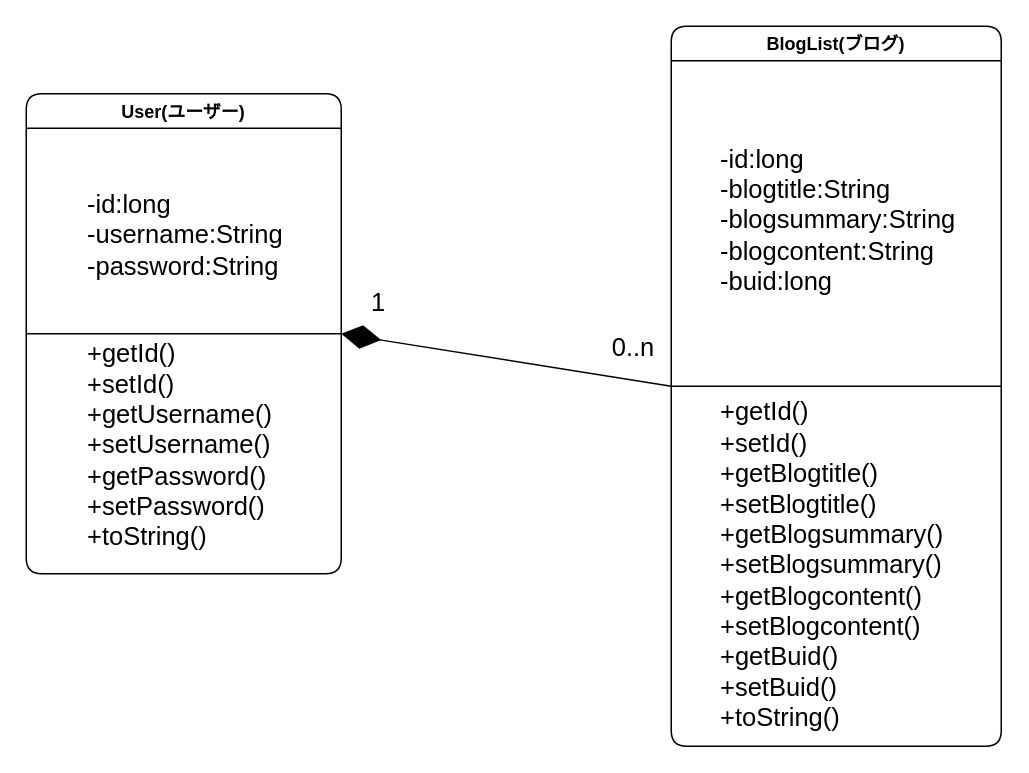
The draw.io diagram page "Page-4" (4 of 4) of graph/class.drawio in shitsumazyo/TestWeb, before the edit. Source tidied: cells renumbered, new cells numbered last; positions are measured from the earlier drawing's top-left corner, leaving out a move shared by most shapes. Both pictures are drawn from the tidied source at 150%, with x=0, y=0 at pixel (26, 26).
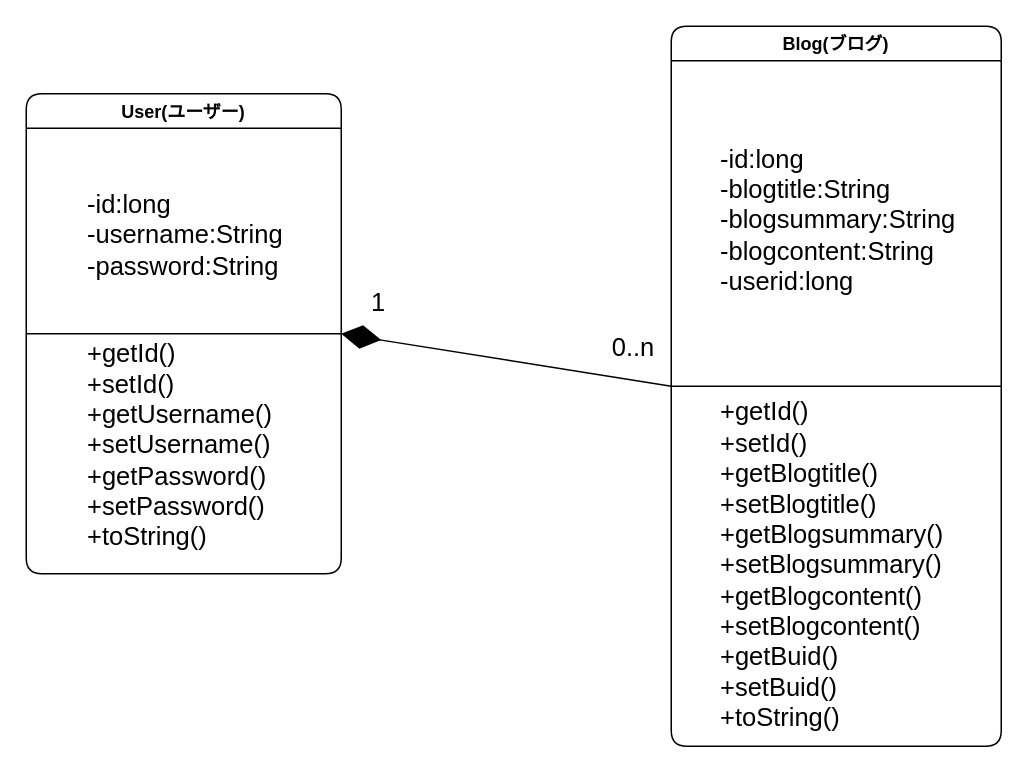
The same page after the edit.

What changed in the source:
```diff
@@
 <mxGraphModel>
   <root>
     <mxCell id="0" />
     <mxCell id="1" parent="0" />
     <mxCell id="2" value="User(ユーザー)" style="swimlane;rounded=1;shadow=0;glass=0;sketch=0;fillColor=default;gradientColor=none;swimlaneLine=1;" parent="1" vertex="1">
       <mxGeometry y="45" width="210" height="320" as="geometry" />
     </mxCell>
     <mxCell id="3" value="&lt;font style=&quot;font-size: 17px;&quot;&gt;-id:long&amp;nbsp; &amp;nbsp; &amp;nbsp; &amp;nbsp; &amp;nbsp; &amp;nbsp; &amp;nbsp; &amp;nbsp;&amp;nbsp;&lt;br&gt;-username:String&lt;br&gt;-password:String&amp;nbsp;&lt;/font&gt;" style="rounded=1;whiteSpace=wrap;html=1;shadow=0;glass=0;sketch=0;fillColor=none;gradientColor=none;strokeColor=none;align=left;" parent="2" vertex="1">
       <mxGeometry x="38.8" y="20" width="167.5" height="150" as="geometry" />
     </mxCell>
     <mxCell id="4" value="+getId()&lt;br&gt;+setId()&lt;br&gt;+getUsername()&lt;br&gt;+setUsername()&lt;br&gt;+getPassword()&lt;br&gt;+setPassword()&lt;br&gt;+toString()" style="rounded=0;whiteSpace=wrap;html=1;shadow=0;glass=0;sketch=0;fontSize=17;fillColor=none;gradientColor=none;align=left;strokeColor=none;" parent="2" vertex="1">
       <mxGeometry x="38.8" y="150" width="150" height="170" as="geometry" />
     </mxCell>
     <mxCell id="5" style="endArrow=none;html=1;rounded=0;exitX=0;exitY=0.5;exitDx=0;exitDy=0;entryX=1;entryY=0.5;entryDx=0;entryDy=0;" parent="1" edge="1" source="2" target="2">
       <mxGeometry relative="1" as="geometry" />
     </mxCell>
-    <mxCell id="6" value="BlogList(ブログ)" style="swimlane;rounded=1;shadow=0;glass=0;sketch=0;fillColor=default;gradientColor=none;swimlaneLine=1;" parent="1" vertex="1">
+    <mxCell id="6" value="Blog(ブログ)" style="swimlane;rounded=1;shadow=0;glass=0;sketch=0;fillColor=default;gradientColor=none;swimlaneLine=1;" parent="1" vertex="1">
       <mxGeometry x="430" width="220" height="480" as="geometry" />
     </mxCell>
-    <mxCell id="7" value="&lt;div style=&quot;&quot;&gt;&lt;span style=&quot;font-size: 17px; background-color: initial;&quot;&gt;-id:long&amp;nbsp; &amp;nbsp; &amp;nbsp; &amp;nbsp; &amp;nbsp; &amp;nbsp; &amp;nbsp; &amp;nbsp; &amp;nbsp; &amp;nbsp; &amp;nbsp; &amp;nbsp;&lt;/span&gt;&lt;/div&gt;&lt;font style=&quot;font-size: 17px;&quot;&gt;&lt;div style=&quot;&quot;&gt;&lt;span style=&quot;background-color: initial;&quot;&gt;-blogtitle:String&amp;nbsp; &amp;nbsp; &amp;nbsp; &amp;nbsp; &amp;nbsp; &amp;nbsp;&lt;/span&gt;&lt;/div&gt;&lt;div style=&quot;&quot;&gt;&lt;span style=&quot;background-color: initial;&quot;&gt;-blogsummary:String&amp;nbsp;&lt;/span&gt;&lt;/div&gt;&lt;div style=&quot;&quot;&gt;&lt;span style=&quot;background-color: initial;&quot;&gt;-blogcontent:String&amp;nbsp; &amp;nbsp;&amp;nbsp;&lt;/span&gt;&lt;/div&gt;&lt;div style=&quot;&quot;&gt;&lt;span style=&quot;background-color: initial;&quot;&gt;-buid:long&amp;nbsp; &amp;nbsp; &amp;nbsp;&lt;/span&gt;&lt;/div&gt;&lt;/font&gt;" style="rounded=1;whiteSpace=wrap;html=1;shadow=0;glass=0;sketch=0;fillColor=none;gradientColor=none;strokeColor=none;align=left;" parent="6" vertex="1">
+    <mxCell id="7" value="&lt;div style=&quot;&quot;&gt;&lt;span style=&quot;font-size: 17px; background-color: initial;&quot;&gt;-id:long&amp;nbsp; &amp;nbsp; &amp;nbsp; &amp;nbsp; &amp;nbsp; &amp;nbsp; &amp;nbsp; &amp;nbsp; &amp;nbsp; &amp;nbsp; &amp;nbsp; &amp;nbsp;&lt;/span&gt;&lt;/div&gt;&lt;font style=&quot;font-size: 17px;&quot;&gt;&lt;div style=&quot;&quot;&gt;&lt;span style=&quot;background-color: initial;&quot;&gt;-blogtitle:String&amp;nbsp; &amp;nbsp; &amp;nbsp; &amp;nbsp; &amp;nbsp; &amp;nbsp;&lt;/span&gt;&lt;/div&gt;&lt;div style=&quot;&quot;&gt;&lt;span style=&quot;background-color: initial;&quot;&gt;-blogsummary:String&amp;nbsp;&lt;/span&gt;&lt;/div&gt;&lt;div style=&quot;&quot;&gt;&lt;span style=&quot;background-color: initial;&quot;&gt;-blogcontent:String&amp;nbsp; &amp;nbsp;&amp;nbsp;&lt;/span&gt;&lt;/div&gt;&lt;div style=&quot;&quot;&gt;&lt;span style=&quot;background-color: initial;&quot;&gt;-userid:long&amp;nbsp; &amp;nbsp; &amp;nbsp;&lt;/span&gt;&lt;/div&gt;&lt;/font&gt;" style="rounded=1;whiteSpace=wrap;html=1;shadow=0;glass=0;sketch=0;fillColor=none;gradientColor=none;strokeColor=none;align=left;" parent="6" vertex="1">
       <mxGeometry x="31.2" y="55" width="188.8" height="150" as="geometry" />
     </mxCell>
     <mxCell id="8" value="+getId()&lt;br&gt;+setId()&lt;br&gt;+getBlogtitle()&lt;br&gt;+setBlogtitle()&lt;br&gt;+getBlogsummary()&lt;br&gt;+setBlogsummary()&lt;br&gt;+getBlogcontent()&lt;br&gt;+setBlogcontent()&lt;br&gt;+getBuid()&lt;br&gt;+setBuid()&lt;br&gt;+toString()" style="rounded=0;whiteSpace=wrap;html=1;shadow=0;glass=0;sketch=0;fontSize=17;fillColor=none;gradientColor=none;align=left;strokeColor=none;" parent="6" vertex="1">
       <mxGeometry x="31.2" y="240" width="170" height="240" as="geometry" />
     </mxCell>
     <mxCell id="9" style="endArrow=none;html=1;rounded=0;exitX=0;exitY=0.5;exitDx=0;exitDy=0;entryX=1;entryY=0.5;entryDx=0;entryDy=0;" parent="1" edge="1" source="6" target="6">
       <mxGeometry relative="1" as="geometry" />
     </mxCell>
     <mxCell id="10" style="endArrow=diamondThin;endFill=1;endSize=24;html=1;rounded=0;fontSize=17;entryX=1;entryY=0.5;entryDx=0;entryDy=0;exitX=0;exitY=0.5;exitDx=0;exitDy=0;" parent="1" edge="1" source="6" target="2">
       <mxGeometry relative="1" as="geometry" />
     </mxCell>
     <mxCell id="11" value="1" style="rounded=0;whiteSpace=wrap;html=1;shadow=0;glass=0;sketch=0;fontSize=17;fillColor=none;gradientColor=none;strokeColor=none;" parent="1" vertex="1">
       <mxGeometry x="190" y="165" width="90" height="40" as="geometry" />
     </mxCell>
     <mxCell id="12" value="0..n" style="rounded=0;whiteSpace=wrap;html=1;shadow=0;glass=0;sketch=0;fontSize=17;fillColor=none;gradientColor=none;strokeColor=none;" parent="1" vertex="1">
       <mxGeometry x="360" y="195" width="90" height="40" as="geometry" />
     </mxCell>
   </root>
 </mxGraphModel>
```
